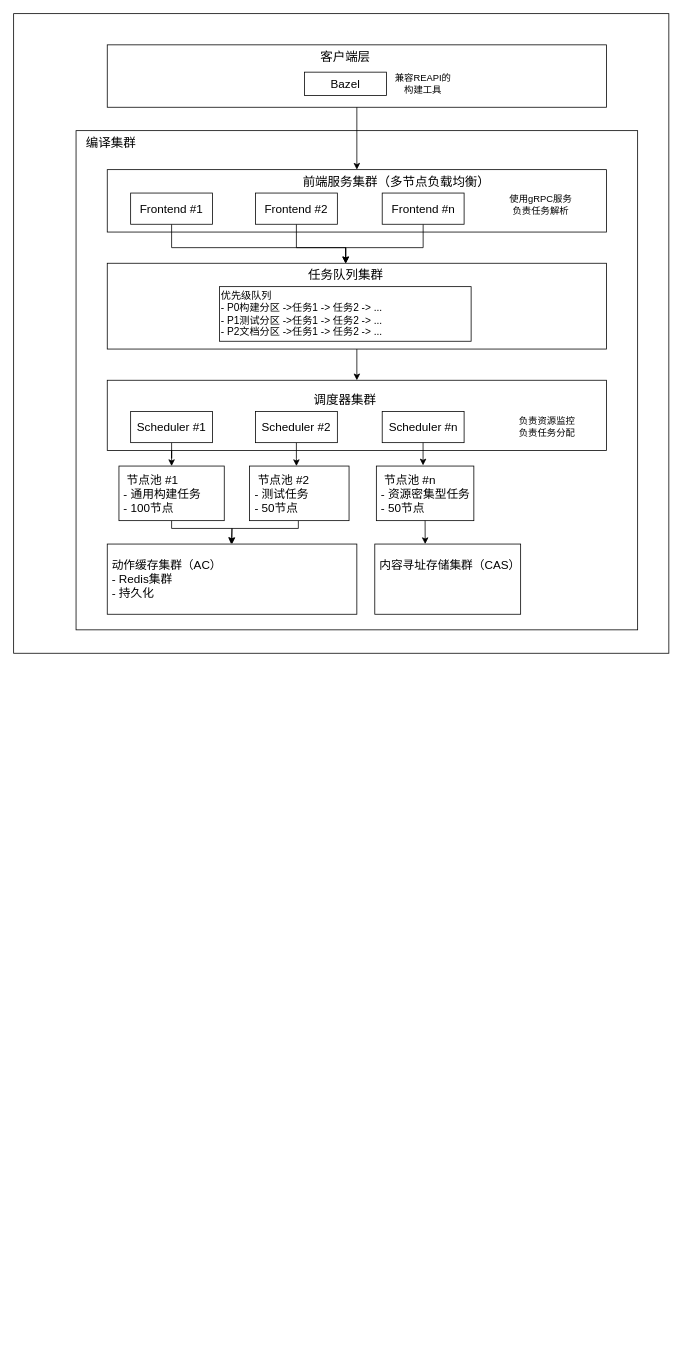
This is chart/buildfarmstrcut.drawio from leonardxc/resource, a draw.io file, before an edit. Source tidied: cells renumbered, new cells numbered last; positions are measured from the earlier drawing's top-left corner, leaving out a move shared by most shapes. Both pictures are drawn from the tidied source at 78%, with x=0, y=0 at pixel (13, 13).
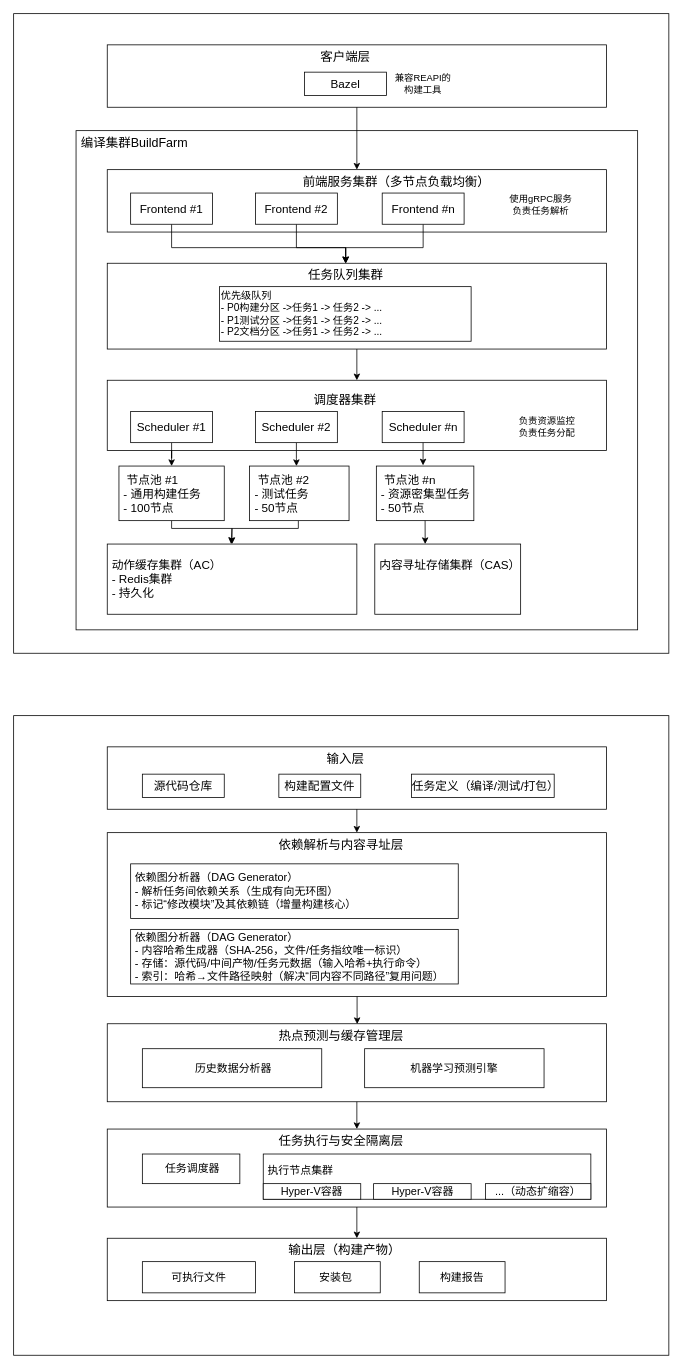
The same page after the edit.

The edit, as a diff of the source:
```diff
@@
-    <mxCell id="39" value="&lt;font style=&quot;font-size: 16px;&quot;&gt;编译集群&lt;/font&gt;" style="text;html=1;align=center;verticalAlign=middle;whiteSpace=wrap;rounded=0;" parent="1" vertex="1">
-      <mxGeometry x="80" y="150" width="90" height="30" as="geometry" />
+    <mxCell id="39" value="&lt;font style=&quot;font-size: 16px;&quot;&gt;编译集群BuildFarm&lt;/font&gt;" style="text;html=1;align=center;verticalAlign=middle;whiteSpace=wrap;rounded=0;" parent="1" vertex="1">
+      <mxGeometry x="80" y="150" width="150" height="30" as="geometry" />
     </mxCell>
+    <mxCell id="40" style="rounded=0;whiteSpace=wrap;html=1;" parent="1" vertex="1">
+      <mxGeometry y="900" width="840" height="820" as="geometry" />
+    </mxCell>
+    <mxCell id="41" style="rounded=0;whiteSpace=wrap;html=1;" parent="1" vertex="1">
+      <mxGeometry x="120" y="940" width="640" height="80" as="geometry" />
+    </mxCell>
+    <mxCell id="42" value="&lt;font style=&quot;font-size: 16px;&quot;&gt;输入层&lt;/font&gt;" style="text;html=1;align=center;verticalAlign=middle;whiteSpace=wrap;rounded=0;" parent="1" vertex="1">
+      <mxGeometry x="388" y="940" width="75" height="30" as="geometry" />
+    </mxCell>
+    <mxCell id="43" value="&lt;font style=&quot;font-size: 15px;&quot;&gt;源代码仓库&lt;/font&gt;" style="rounded=0;whiteSpace=wrap;html=1;" parent="1" vertex="1">
+      <mxGeometry x="165" y="975" width="105" height="30" as="geometry" />
+    </mxCell>
+    <mxCell id="44" style="rounded=0;whiteSpace=wrap;html=1;" parent="1" vertex="1">
+      <mxGeometry x="120" y="1050" width="640" height="210" as="geometry" />
+    </mxCell>
+    <mxCell id="45" value="&lt;font style=&quot;font-size: 16px;&quot;&gt;&amp;nbsp;依赖解析与内容寻址层&amp;nbsp;&lt;/font&gt;" style="text;html=1;align=center;verticalAlign=middle;whiteSpace=wrap;rounded=0;" parent="1" vertex="1">
+      <mxGeometry x="289" y="1050" width="262" height="30" as="geometry" />
+    </mxCell>
+    <mxCell id="46" value="&lt;div style=&quot;&quot;&gt;&lt;span style=&quot;background-color: transparent; color: light-dark(rgb(0, 0, 0), rgb(255, 255, 255));&quot;&gt;&lt;font style=&quot;font-size: 14px;&quot;&gt;&amp;nbsp;依赖图分析器（DAG Generator）&lt;/font&gt;&lt;/span&gt;&lt;/div&gt;&lt;font style=&quot;font-size: 14px;&quot;&gt;&lt;div style=&quot;&quot;&gt;&lt;div style=&quot;&quot;&gt;&lt;span style=&quot;background-color: transparent; color: light-dark(rgb(0, 0, 0), rgb(255, 255, 255));&quot;&gt;&amp;nbsp;- 解析任务间依赖关系（生成有向无环图）&lt;/span&gt;&lt;/div&gt;&lt;span style=&quot;background-color: transparent; color: light-dark(rgb(0, 0, 0), rgb(255, 255, 255));&quot;&gt;&lt;div style=&quot;&quot;&gt;&lt;span style=&quot;background-color: transparent; color: light-dark(rgb(0, 0, 0), rgb(255, 255, 255));&quot;&gt;&amp;nbsp;- 标记“修改模块”及其依赖链（增量构建核心）&amp;nbsp;&amp;nbsp;&lt;/span&gt;&lt;span style=&quot;background-color: transparent; color: light-dark(rgb(0, 0, 0), rgb(255, 255, 255));&quot;&gt;&amp;nbsp;&lt;/span&gt;&lt;/div&gt;&lt;/span&gt;&lt;/div&gt;&lt;/font&gt;" style="rounded=0;whiteSpace=wrap;html=1;align=left;" parent="1" vertex="1">
+      <mxGeometry x="150" y="1090" width="420" height="70" as="geometry" />
+    </mxCell>
+    <mxCell id="47" style="endArrow=classic;html=1;rounded=0;exitX=0.5;exitY=1;exitDx=0;exitDy=0;entryX=0.5;entryY=0;entryDx=0;entryDy=0;" parent="1" edge="1" source="41" target="44">
+      <mxGeometry relative="1" as="geometry" />
+    </mxCell>
+    <mxCell id="48" value="&lt;font style=&quot;font-size: 15px;&quot;&gt;构建配置文件&lt;/font&gt;" style="rounded=0;whiteSpace=wrap;html=1;" parent="1" vertex="1">
+      <mxGeometry x="340" y="975" width="105" height="30" as="geometry" />
+    </mxCell>
+    <mxCell id="49" value="&lt;font style=&quot;font-size: 15px;&quot;&gt;任务定义（编译/测试/打包）&lt;/font&gt;" style="rounded=0;whiteSpace=wrap;html=1;" parent="1" vertex="1">
+      <mxGeometry x="510" y="975" width="183" height="30" as="geometry" />
+    </mxCell>
+    <mxCell id="50" value="&lt;div style=&quot;&quot;&gt;&lt;span style=&quot;background-color: transparent; color: light-dark(rgb(0, 0, 0), rgb(255, 255, 255));&quot;&gt;&lt;font style=&quot;font-size: 14px;&quot;&gt;&amp;nbsp;依赖图分析器（DAG Generator）&lt;/font&gt;&lt;/span&gt;&lt;/div&gt;&lt;font style=&quot;font-size: 14px;&quot;&gt;&lt;div style=&quot;&quot;&gt;&lt;div style=&quot;&quot;&gt;&lt;span style=&quot;background-color: transparent; color: light-dark(rgb(0, 0, 0), rgb(255, 255, 255));&quot;&gt;&amp;nbsp;&lt;/span&gt;&lt;span style=&quot;background-color: transparent; color: light-dark(rgb(0, 0, 0), rgb(255, 255, 255));&quot;&gt;- 内容哈希生成器（SHA-256，文件/任务指纹唯一标识）&lt;/span&gt;&lt;/div&gt;&lt;div style=&quot;&quot;&gt;&amp;nbsp;- 存储：源代码/中间产物/任务元数据（输入哈希+执行命令）&lt;br&gt;&lt;span style=&quot;background-color: transparent; color: light-dark(rgb(0, 0, 0), rgb(255, 255, 255));&quot;&gt;&amp;nbsp;- 索引：哈希→文件路径映射（解决“同内容不同路径”复用问题）&lt;/span&gt;&lt;span style=&quot;background-color: transparent; color: light-dark(rgb(0, 0, 0), rgb(255, 255, 255));&quot;&gt;&amp;nbsp;&lt;/span&gt;&lt;span style=&quot;background-color: transparent; color: light-dark(rgb(0, 0, 0), rgb(255, 255, 255));&quot;&gt;&amp;nbsp;&lt;/span&gt;&lt;/div&gt;&lt;/div&gt;&lt;/font&gt;" style="rounded=0;whiteSpace=wrap;html=1;align=left;" parent="1" vertex="1">
+      <mxGeometry x="150" y="1174" width="420" height="70" as="geometry" />
+    </mxCell>
+    <mxCell id="51" style="rounded=0;whiteSpace=wrap;html=1;" parent="1" vertex="1">
+      <mxGeometry x="120" y="1295" width="640" height="100" as="geometry" />
+    </mxCell>
+    <mxCell id="52" value="&lt;div style=&quot;&quot;&gt;&lt;span style=&quot;font-size: 14px;&quot;&gt;&amp;nbsp;历史数据分析器&lt;/span&gt;&lt;/div&gt;" style="rounded=0;whiteSpace=wrap;html=1;align=center;" parent="1" vertex="1">
+      <mxGeometry x="165" y="1327" width="230" height="50" as="geometry" />
+    </mxCell>
+    <mxCell id="53" value="&lt;font style=&quot;font-size: 16px;&quot;&gt;热点预测与缓存管理层&lt;/font&gt;" style="text;html=1;align=center;verticalAlign=middle;whiteSpace=wrap;rounded=0;" parent="1" vertex="1">
+      <mxGeometry x="289" y="1295" width="262" height="30" as="geometry" />
+    </mxCell>
+    <mxCell id="54" value="&lt;div style=&quot;&quot;&gt;&lt;span style=&quot;font-size: 14px;&quot;&gt;机器学习预测引擎&lt;/span&gt;&lt;/div&gt;" style="rounded=0;whiteSpace=wrap;html=1;align=center;" parent="1" vertex="1">
+      <mxGeometry x="450" y="1327" width="230" height="50" as="geometry" />
+    </mxCell>
+    <mxCell id="55" style="rounded=0;whiteSpace=wrap;html=1;" parent="1" vertex="1">
+      <mxGeometry x="120" y="1430" width="640" height="100" as="geometry" />
+    </mxCell>
+    <mxCell id="56" value="&lt;div style=&quot;&quot;&gt;&lt;span style=&quot;font-size: 14px;&quot;&gt;&amp;nbsp;&lt;/span&gt;&lt;span style=&quot;background-color: transparent; font-size: 14px;&quot;&gt;&amp;nbsp;任务调度器&amp;nbsp;&lt;/span&gt;&lt;/div&gt;" style="rounded=0;whiteSpace=wrap;html=1;align=center;" parent="1" vertex="1">
+      <mxGeometry x="165" y="1462" width="125" height="38" as="geometry" />
+    </mxCell>
+    <mxCell id="57" value="&lt;font style=&quot;font-size: 16px;&quot;&gt;任务执行与安全隔离层&lt;/font&gt;" style="text;html=1;align=center;verticalAlign=middle;whiteSpace=wrap;rounded=0;" parent="1" vertex="1">
+      <mxGeometry x="289" y="1430" width="262" height="30" as="geometry" />
+    </mxCell>
+    <mxCell id="58" value="&lt;div style=&quot;&quot;&gt;&lt;span style=&quot;font-size: 14px;&quot;&gt;&amp;nbsp;执行节点集群&lt;br&gt;&amp;nbsp;&lt;/span&gt;&lt;/div&gt;" style="rounded=0;whiteSpace=wrap;html=1;align=left;" parent="1" vertex="1">
+      <mxGeometry x="320" y="1462" width="420" height="58" as="geometry" />
+    </mxCell>
+    <mxCell id="59" style="rounded=0;whiteSpace=wrap;html=1;" parent="1" vertex="1">
+      <mxGeometry x="120" y="1570" width="640" height="80" as="geometry" />
+    </mxCell>
+    <mxCell id="60" value="&lt;div style=&quot;&quot;&gt;&lt;span style=&quot;font-size: 14px;&quot;&gt;可执行文件&lt;/span&gt;&lt;/div&gt;" style="rounded=0;whiteSpace=wrap;html=1;align=center;" parent="1" vertex="1">
+      <mxGeometry x="165" y="1600" width="145" height="40" as="geometry" />
+    </mxCell>
+    <mxCell id="61" value="&lt;font style=&quot;font-size: 16px;&quot;&gt;&amp;nbsp; 输出层（构建产物）&lt;/font&gt;" style="text;html=1;align=center;verticalAlign=middle;whiteSpace=wrap;rounded=0;" parent="1" vertex="1">
+      <mxGeometry x="289" y="1570" width="262" height="30" as="geometry" />
+    </mxCell>
+    <mxCell id="62" value="&lt;div style=&quot;&quot;&gt;&lt;span style=&quot;font-size: 14px;&quot;&gt;安装包&amp;nbsp;&lt;/span&gt;&lt;/div&gt;" style="rounded=0;whiteSpace=wrap;html=1;align=center;" parent="1" vertex="1">
+      <mxGeometry x="360" y="1600" width="110" height="40" as="geometry" />
+    </mxCell>
+    <mxCell id="63" value="&lt;div style=&quot;&quot;&gt;&lt;span style=&quot;font-size: 14px;&quot;&gt;构建报告&lt;/span&gt;&lt;/div&gt;" style="rounded=0;whiteSpace=wrap;html=1;align=center;" parent="1" vertex="1">
+      <mxGeometry x="520" y="1600" width="110" height="40" as="geometry" />
+    </mxCell>
+    <mxCell id="64" value="&lt;div style=&quot;&quot;&gt;&lt;span style=&quot;font-size: 14px;&quot;&gt;Hyper-V容器&lt;/span&gt;&lt;/div&gt;" style="rounded=0;whiteSpace=wrap;html=1;align=center;" parent="1" vertex="1">
+      <mxGeometry x="320" y="1500" width="125" height="20" as="geometry" />
+    </mxCell>
+    <mxCell id="65" value="&lt;div style=&quot;&quot;&gt;&lt;span style=&quot;font-size: 14px;&quot;&gt;Hyper-V容器&lt;/span&gt;&lt;/div&gt;" style="rounded=0;whiteSpace=wrap;html=1;align=center;" parent="1" vertex="1">
+      <mxGeometry x="461.5" y="1500" width="125" height="20" as="geometry" />
+    </mxCell>
+    <mxCell id="66" value="&lt;div style=&quot;&quot;&gt;&lt;span style=&quot;font-size: 14px;&quot;&gt;...（动态扩缩容）&lt;/span&gt;&lt;/div&gt;" style="rounded=0;whiteSpace=wrap;html=1;align=center;" parent="1" vertex="1">
+      <mxGeometry x="605" y="1500" width="135" height="20" as="geometry" />
+    </mxCell>
+    <mxCell id="67" style="endArrow=classic;html=1;rounded=0;entryX=0.578;entryY=0.014;entryDx=0;entryDy=0;entryPerimeter=0;" parent="1" edge="1" target="53">
+      <mxGeometry relative="1" as="geometry">
+        <mxPoint x="440.3" y="1260" as="sourcePoint" />
+        <Array as="points">
+          <mxPoint x="440.3" y="1280" />
+        </Array>
+      </mxGeometry>
+    </mxCell>
+    <mxCell id="68" style="endArrow=classic;html=1;rounded=0;exitX=0.5;exitY=1;exitDx=0;exitDy=0;" parent="1" edge="1" source="51">
+      <mxGeometry relative="1" as="geometry">
+        <mxPoint x="440" y="1430" as="targetPoint" />
+      </mxGeometry>
+    </mxCell>
+    <mxCell id="69" style="endArrow=classic;html=1;rounded=0;exitX=0.5;exitY=1;exitDx=0;exitDy=0;exitPerimeter=0;" parent="1" edge="1" source="55">
+      <mxGeometry relative="1" as="geometry">
+        <mxPoint x="440" y="1570" as="targetPoint" />
+      </mxGeometry>
+    </mxCell>
```
